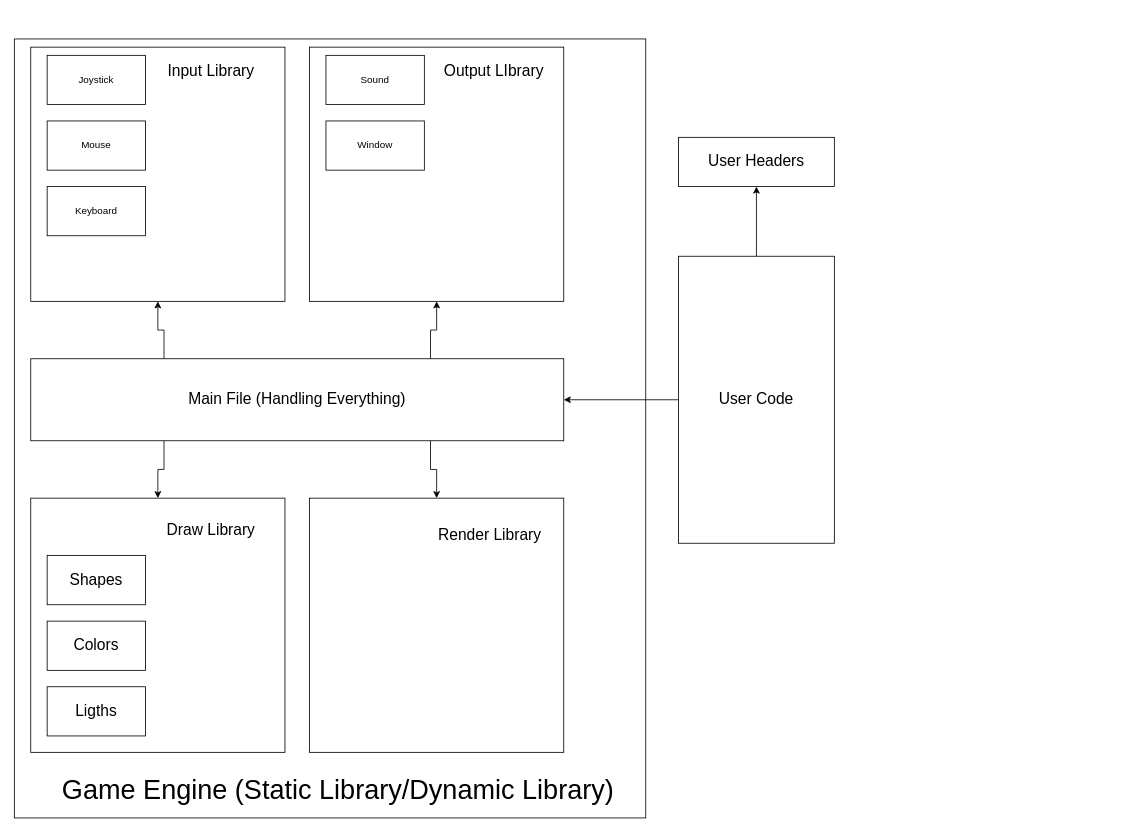
The draw.io diagram opengl-gameprogramming/base_project/Architecture/Base Project Architecture.drawio in FelipeAndrioli/OpenGL---Studies-Tutorials-Projects, before the edit. Source tidied: cells renumbered, new cells numbered last; positions are measured from the earlier drawing's top-left corner, leaving out a move shared by most shapes. Both pictures are drawn from the tidied source at 82%, with x=0, y=0 at pixel (14, 39).
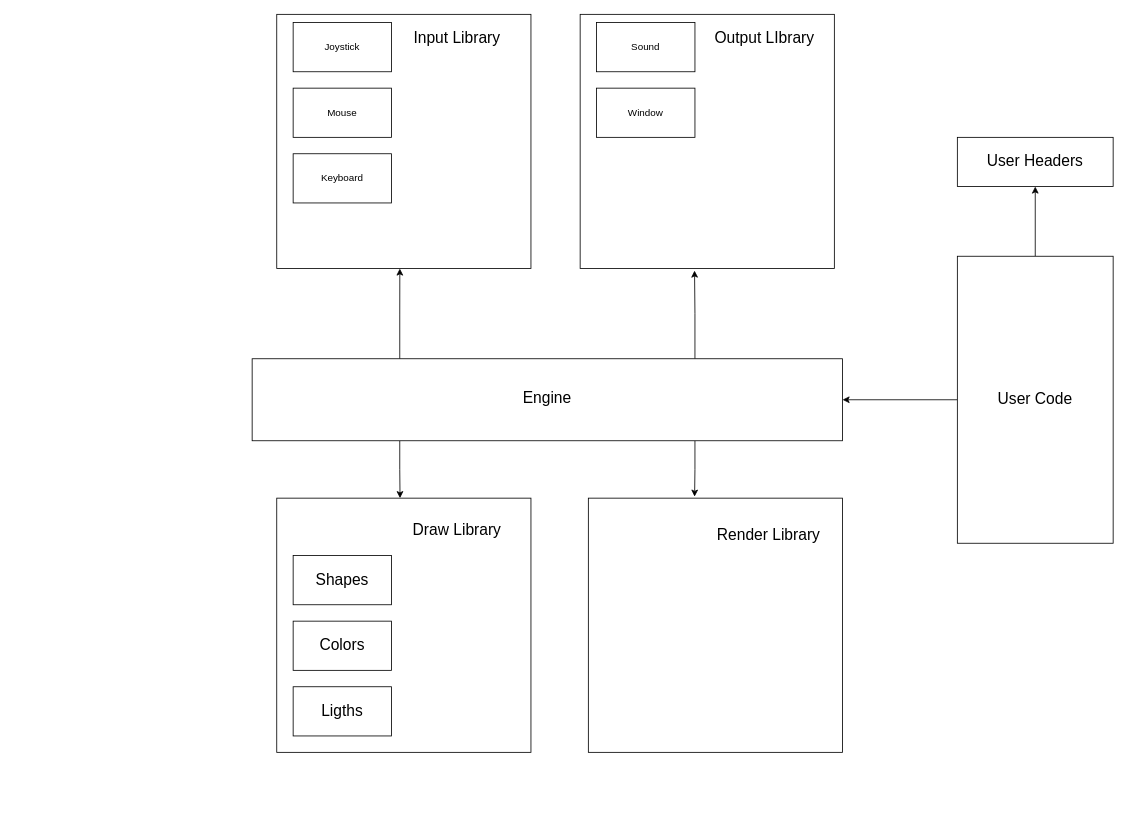
The same diagram, later.

Commit message (it also covers changes not shown here):
Change architecture from base project

The edit, as a diff of the source:
```diff
@@
-    <mxCell id="2" style="rounded=0;whiteSpace=wrap;html=1;" parent="1" vertex="1">
-      <mxGeometry width="770" height="950" as="geometry" />
-    </mxCell>
     <mxCell id="3" style="whiteSpace=wrap;html=1;" parent="1" vertex="1">
-      <mxGeometry x="360" y="10" width="310" height="310" as="geometry" />
+      <mxGeometry x="690" y="-30" width="310" height="310" as="geometry" />
     </mxCell>
     <mxCell id="4" style="whiteSpace=wrap;html=1;" parent="1" vertex="1">
-      <mxGeometry x="20" y="10" width="310" height="310" as="geometry" />
+      <mxGeometry x="320" y="-30" width="310" height="310" as="geometry" />
     </mxCell>
     <mxCell id="5" value="Window" style="rounded=0;whiteSpace=wrap;html=1;" parent="1" vertex="1">
-      <mxGeometry x="380" y="100" width="120" height="60" as="geometry" />
+      <mxGeometry x="710" y="60" width="120" height="60" as="geometry" />
     </mxCell>
     <mxCell id="6" value="Keyboard" style="rounded=0;whiteSpace=wrap;html=1;" parent="1" vertex="1">
-      <mxGeometry x="40" y="180" width="120" height="60" as="geometry" />
+      <mxGeometry x="340" y="140" width="120" height="60" as="geometry" />
     </mxCell>
     <mxCell id="7" value="Sound" style="rounded=0;whiteSpace=wrap;html=1;" parent="1" vertex="1">
-      <mxGeometry x="380" y="20" width="120" height="60" as="geometry" />
+      <mxGeometry x="710" y="-20" width="120" height="60" as="geometry" />
     </mxCell>
     <mxCell id="8" value="Mouse" style="rounded=0;whiteSpace=wrap;html=1;" parent="1" vertex="1">
-      <mxGeometry x="40" y="100" width="120" height="60" as="geometry" />
+      <mxGeometry x="340" y="60" width="120" height="60" as="geometry" />
     </mxCell>
     <mxCell id="9" value="Joystick" style="rounded=0;whiteSpace=wrap;html=1;" parent="1" vertex="1">
-      <mxGeometry x="40" y="20" width="120" height="60" as="geometry" />
+      <mxGeometry x="340" y="-20" width="120" height="60" as="geometry" />
     </mxCell>
     <mxCell id="10" value="&lt;font style=&quot;font-size: 19px&quot;&gt;Input Library&lt;/font&gt;" style="text;html=1;strokeColor=none;fillColor=none;align=center;verticalAlign=middle;whiteSpace=wrap;rounded=0;" parent="1" vertex="1">
-      <mxGeometry x="170" y="30" width="140" height="20" as="geometry" />
+      <mxGeometry x="470" y="-10" width="140" height="20" as="geometry" />
     </mxCell>
     <mxCell id="11" value="&lt;font style=&quot;font-size: 19px&quot;&gt;Output LIbrary&lt;/font&gt;" style="text;html=1;strokeColor=none;fillColor=none;align=center;verticalAlign=middle;whiteSpace=wrap;rounded=0;" parent="1" vertex="1">
-      <mxGeometry x="520" y="30" width="130" height="20" as="geometry" />
+      <mxGeometry x="850" y="-10" width="130" height="20" as="geometry" />
     </mxCell>
     <mxCell id="12" style="whiteSpace=wrap;html=1;" parent="1" vertex="1">
-      <mxGeometry x="20" y="560" width="310" height="310" as="geometry" />
+      <mxGeometry x="320" y="560" width="310" height="310" as="geometry" />
     </mxCell>
     <mxCell id="13" value="&lt;font style=&quot;font-size: 19px&quot;&gt;Draw Library&lt;/font&gt;" style="text;html=1;strokeColor=none;fillColor=none;align=center;verticalAlign=middle;whiteSpace=wrap;rounded=0;" parent="1" vertex="1">
-      <mxGeometry x="180" y="580" width="120" height="40" as="geometry" />
+      <mxGeometry x="480" y="580" width="120" height="40" as="geometry" />
     </mxCell>
     <mxCell id="14" style="whiteSpace=wrap;html=1;" parent="1" vertex="1">
-      <mxGeometry x="360" y="560" width="310" height="310" as="geometry" />
+      <mxGeometry x="700" y="560" width="310" height="310" as="geometry" />
     </mxCell>
     <mxCell id="15" value="&lt;font style=&quot;font-size: 19px&quot;&gt;Render Library&lt;/font&gt;" style="text;html=1;strokeColor=none;fillColor=none;align=center;verticalAlign=middle;whiteSpace=wrap;rounded=0;" parent="1" vertex="1">
-      <mxGeometry x="510" y="580" width="140" height="50" as="geometry" />
+      <mxGeometry x="850" y="580" width="140" height="50" as="geometry" />
     </mxCell>
@@
     <mxCell id="18" style="rounded=0;whiteSpace=wrap;html=1;" parent="1" vertex="1">
-      <mxGeometry x="810" y="265" width="190" height="350" as="geometry" />
+      <mxGeometry x="1150" y="265" width="190" height="350" as="geometry" />
     </mxCell>
     <mxCell id="19" value="&lt;font style=&quot;font-size: 19px&quot;&gt;User Code&lt;/font&gt;" style="text;html=1;strokeColor=none;fillColor=none;align=center;verticalAlign=middle;whiteSpace=wrap;rounded=0;" parent="1" vertex="1">
-      <mxGeometry x="850" y="422.5" width="110" height="35" as="geometry" />
+      <mxGeometry x="1190" y="422.5" width="110" height="35" as="geometry" />
     </mxCell>
-    <mxCell id="20" style="edgeStyle=orthogonalEdgeStyle;rounded=0;jettySize=auto;html=1;exitX=0.25;exitY=0;exitDx=0;exitDy=0;entryX=0.5;entryY=1;entryDx=0;entryDy=0;" parent="1" edge="1" source="24" target="4">
-      <mxGeometry relative="1" as="geometry" />
-    </mxCell>
+    <mxCell id="35" style="edgeStyle=orthogonalEdgeStyle;rounded=0;jettySize=auto;html=1;exitX=0.25;exitY=0;exitDx=0;exitDy=0;" parent="1" edge="1" source="24">
+      <mxGeometry relative="1" as="geometry">
+        <mxPoint x="470.1" y="280" as="targetPoint" />
+      </mxGeometry>
+    </mxCell>
-    <mxCell id="21" style="edgeStyle=orthogonalEdgeStyle;rounded=0;jettySize=auto;html=1;exitX=0.75;exitY=0;exitDx=0;exitDy=0;entryX=0.5;entryY=1;entryDx=0;entryDy=0;" parent="1" edge="1" source="24" target="3">
+    <mxCell id="21" style="edgeStyle=orthogonalEdgeStyle;rounded=0;jettySize=auto;html=1;exitX=0.75;exitY=0;exitDx=0;exitDy=0;entryX=0.45;entryY=1.008;entryDx=0;entryDy=0;entryPerimeter=0;" parent="1" edge="1" source="24" target="3">
       <mxGeometry relative="1" as="geometry" />
     </mxCell>
-    <mxCell id="22" style="edgeStyle=orthogonalEdgeStyle;rounded=0;jettySize=auto;html=1;exitX=0.25;exitY=1;exitDx=0;exitDy=0;" parent="1" edge="1" source="24" target="12">
+    <mxCell id="22" style="edgeStyle=orthogonalEdgeStyle;rounded=0;jettySize=auto;html=1;exitX=0.25;exitY=1;exitDx=0;exitDy=0;entryX=0.485;entryY=0;entryDx=0;entryDy=0;entryPerimeter=0;" parent="1" edge="1" source="24" target="12">
       <mxGeometry relative="1" as="geometry" />
     </mxCell>
-    <mxCell id="23" style="edgeStyle=orthogonalEdgeStyle;rounded=0;jettySize=auto;html=1;exitX=0.75;exitY=1;exitDx=0;exitDy=0;" parent="1" edge="1" source="24" target="14">
+    <mxCell id="23" style="edgeStyle=orthogonalEdgeStyle;rounded=0;jettySize=auto;html=1;exitX=0.75;exitY=1;exitDx=0;exitDy=0;entryX=0.418;entryY=-0.006;entryDx=0;entryDy=0;entryPerimeter=0;" parent="1" edge="1" source="24" target="14">
       <mxGeometry relative="1" as="geometry" />
     </mxCell>
     <mxCell id="24" style="rounded=0;whiteSpace=wrap;html=1;" parent="1" vertex="1">
-      <mxGeometry x="20" y="390" width="650" height="100" as="geometry" />
+      <mxGeometry x="290" y="390" width="720" height="100" as="geometry" />
     </mxCell>
-    <mxCell id="25" value="&lt;span style=&quot;font-size: 19px&quot;&gt;Main File (Handling Everything)&lt;/span&gt;" style="text;html=1;strokeColor=none;fillColor=none;align=center;verticalAlign=middle;whiteSpace=wrap;rounded=0;" parent="1" vertex="1">
-      <mxGeometry x="200" y="425" width="290" height="30" as="geometry" />
+    <mxCell id="25" value="&lt;font style=&quot;font-size: 19px&quot;&gt;Engine&lt;br&gt;&lt;/font&gt;" style="text;html=1;strokeColor=none;fillColor=none;align=center;verticalAlign=middle;whiteSpace=wrap;rounded=0;" parent="1" vertex="1">
+      <mxGeometry x="585" y="422.5" width="130" height="30" as="geometry" />
     </mxCell>
     <mxCell id="26" style="rounded=0;whiteSpace=wrap;html=1;" parent="1" vertex="1">
-      <mxGeometry x="810" y="120" width="190" height="60" as="geometry" />
+      <mxGeometry x="1150" y="120" width="190" height="60" as="geometry" />
     </mxCell>
     <mxCell id="27" value="&lt;font style=&quot;font-size: 19px&quot;&gt;User Headers&lt;/font&gt;" style="text;html=1;strokeColor=none;fillColor=none;align=center;verticalAlign=middle;whiteSpace=wrap;rounded=0;" parent="1" vertex="1">
-      <mxGeometry x="845" y="135" width="120" height="30" as="geometry" />
+      <mxGeometry x="1185" y="135" width="120" height="30" as="geometry" />
     </mxCell>
     <mxCell id="28" style="rounded=0;whiteSpace=wrap;html=1;" parent="1" vertex="1">
-      <mxGeometry x="40" y="630" width="120" height="60" as="geometry" />
+      <mxGeometry x="340" y="630" width="120" height="60" as="geometry" />
     </mxCell>
     <mxCell id="29" style="rounded=0;whiteSpace=wrap;html=1;" parent="1" vertex="1">
-      <mxGeometry x="40" y="710" width="120" height="60" as="geometry" />
+      <mxGeometry x="340" y="710" width="120" height="60" as="geometry" />
     </mxCell>
     <mxCell id="30" style="rounded=0;whiteSpace=wrap;html=1;" parent="1" vertex="1">
-      <mxGeometry x="40" y="790" width="120" height="60" as="geometry" />
+      <mxGeometry x="340" y="790" width="120" height="60" as="geometry" />
     </mxCell>
     <mxCell id="31" value="&lt;font style=&quot;font-size: 19px&quot;&gt;Shapes&lt;/font&gt;" style="text;html=1;strokeColor=none;fillColor=none;align=center;verticalAlign=middle;whiteSpace=wrap;rounded=0;" parent="1" vertex="1">
-      <mxGeometry x="65" y="640" width="70" height="40" as="geometry" />
+      <mxGeometry x="365" y="640" width="70" height="40" as="geometry" />
     </mxCell>
     <mxCell id="32" value="&lt;font style=&quot;font-size: 19px&quot;&gt;Colors&lt;/font&gt;" style="text;html=1;strokeColor=none;fillColor=none;align=center;verticalAlign=middle;whiteSpace=wrap;rounded=0;" parent="1" vertex="1">
-      <mxGeometry x="65" y="725" width="70" height="30" as="geometry" />
+      <mxGeometry x="365" y="725" width="70" height="30" as="geometry" />
     </mxCell>
     <mxCell id="33" value="&lt;font style=&quot;font-size: 19px&quot;&gt;Ligths&lt;/font&gt;" style="text;html=1;strokeColor=none;fillColor=none;align=center;verticalAlign=middle;whiteSpace=wrap;rounded=0;" parent="1" vertex="1">
-      <mxGeometry x="70" y="805" width="60" height="30" as="geometry" />
+      <mxGeometry x="370" y="805" width="60" height="30" as="geometry" />
     </mxCell>
-    <mxCell id="34" value="&lt;font style=&quot;font-size: 33px&quot;&gt;Game Engine (Static Library/Dynamic Library)&lt;/font&gt;" style="text;html=1;strokeColor=none;fillColor=none;align=center;verticalAlign=middle;whiteSpace=wrap;rounded=0;" parent="1" vertex="1">
-      <mxGeometry x="50" y="890" width="690" height="50" as="geometry" />
-    </mxCell>
```
